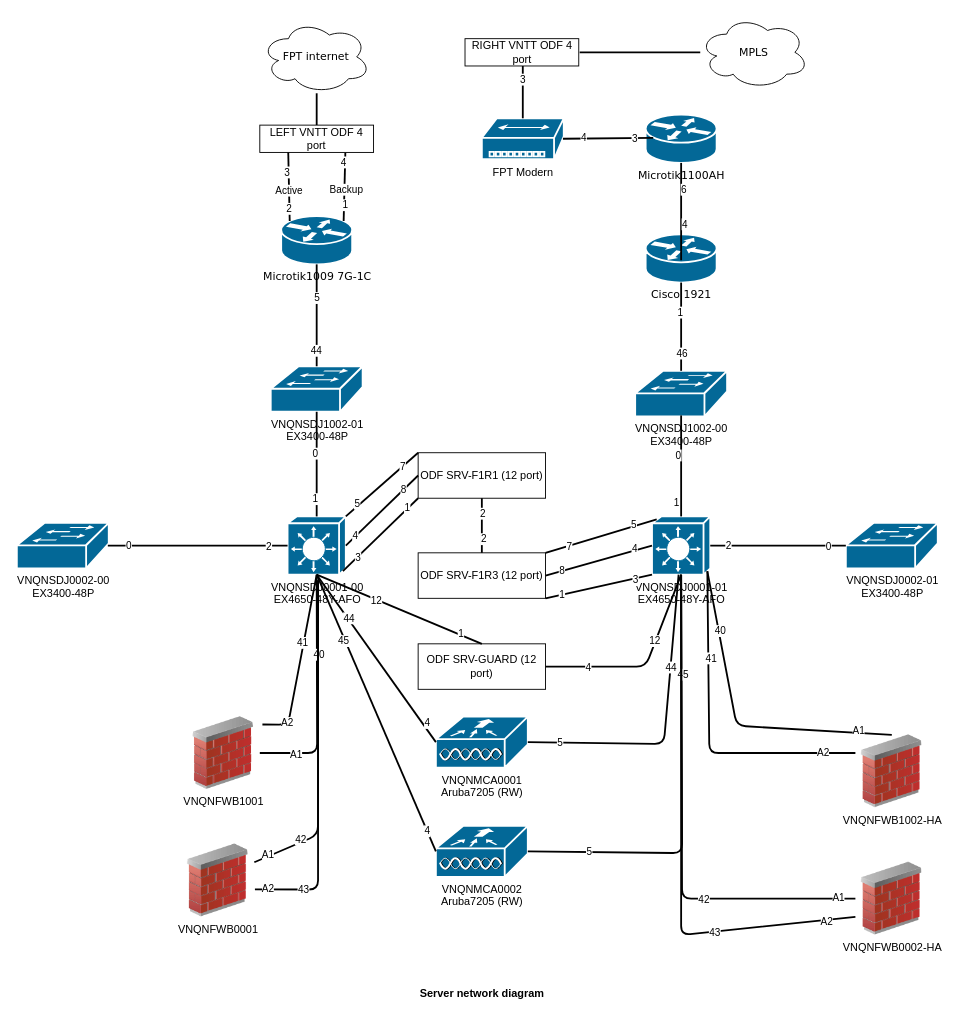
Before: page "Server room" (1 of 5) of Untitled Diagram.drawio in zalai/demo, a draw.io diagram. Source tidied: cells renumbered, new cells numbered last; positions are measured from the earlier drawing's top-left corner, leaving out a move shared by most shapes. Both pictures are drawn from the tidied source at 91%, with x=0, y=0 at pixel (16, 15).
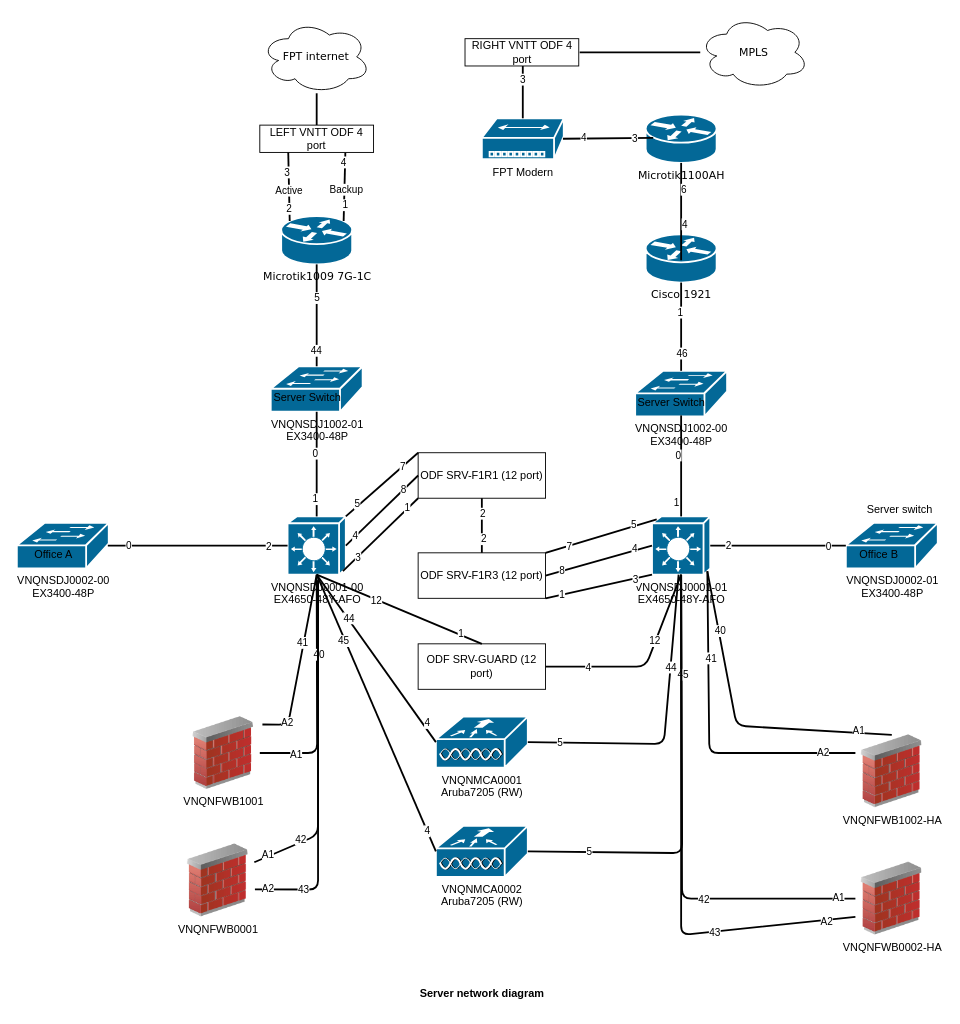
Above is the later version.

Change to the diagram source:
```diff
@@
+    <mxCell id="125" value="Server Switch" style="text;html=1;align=center;verticalAlign=middle;strokeColor=none;fillColor=none;" parent="1" vertex="1">
+      <mxGeometry x="268.5" y="405" width="100" height="30" as="geometry" />
+    </mxCell>
+    <mxCell id="126" value="Server switch" style="text;html=1;align=center;verticalAlign=middle;strokeColor=none;fillColor=none;" parent="1" vertex="1">
+      <mxGeometry x="920" y="528" width="100" height="30" as="geometry" />
+    </mxCell>
+    <mxCell id="127" value="Server Switch" style="text;html=1;align=center;verticalAlign=middle;strokeColor=none;fillColor=none;" parent="1" vertex="1">
+      <mxGeometry x="669" y="410" width="100" height="30" as="geometry" />
+    </mxCell>
+    <mxCell id="128" value="Office A" style="text;html=1;align=center;verticalAlign=middle;strokeColor=none;fillColor=none;" parent="1" vertex="1">
+      <mxGeometry x="5" y="577" width="70" height="30" as="geometry" />
+    </mxCell>
+    <mxCell id="129" value="Office B" style="text;html=1;align=center;verticalAlign=middle;strokeColor=none;fillColor=none;" parent="1" vertex="1">
+      <mxGeometry x="911.5" y="577" width="70" height="30" as="geometry" />
+    </mxCell>
```
